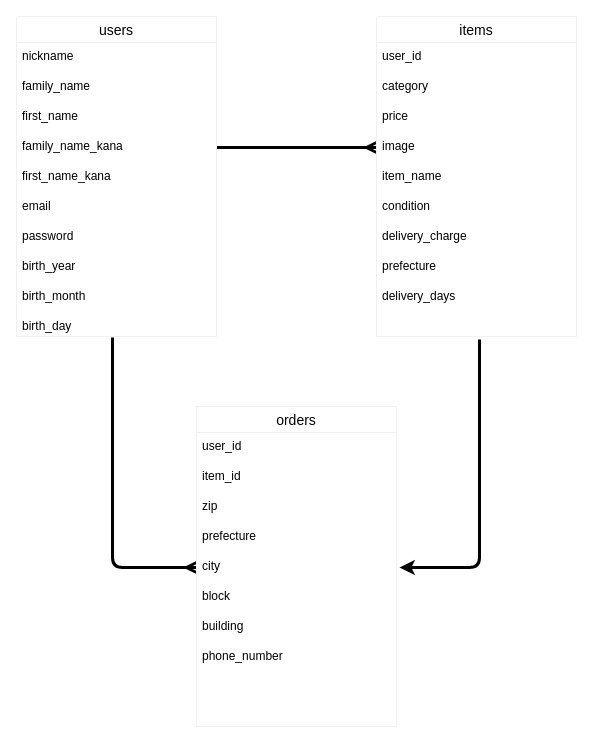
Earlier version of the draw.io diagram er..dio (yuta-git/furima-32043). Source tidied: cells renumbered, new cells numbered last; positions are measured from the earlier drawing's top-left corner, leaving out a move shared by most shapes. Both pictures are drawn from the tidied source at 100%, with x=0, y=0 at pixel (16, 16).
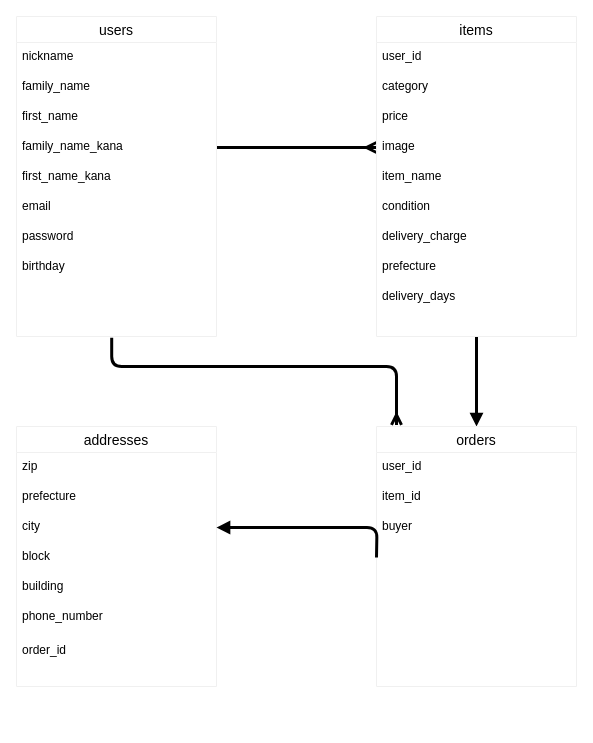
The same diagram, later.

Commit message (it also covers changes not shown here):
データベース設計の修正

Unchanged cells that the change refers to:
```xml
<mxCell id="5" value="users" style="swimlane;fontStyle=0;horizontal=1;startSize=26;align=center;fontSize=14;rounded=0;sketch=0;strokeColor=#f0f0f0;" parent="1" vertex="1">
  <mxGeometry width="200" height="320" as="geometry" />
</mxCell>
<mxCell id="16" value="items" style="swimlane;fontStyle=0;horizontal=1;startSize=26;align=center;fontSize=14;rounded=0;sketch=0;strokeColor=#f0f0f0;" parent="1" vertex="1">
  <mxGeometry x="360" width="200" height="320" as="geometry" />
</mxCell>
<mxCell id="25" value="delivery_days" style="text;strokeColor=none;fillColor=none;spacingLeft=4;spacingRight=4;overflow=hidden;points=[[0,0.5],[1,0.5]];portConstraint=eastwest;fontSize=12;" parent="16" vertex="1">
  <mxGeometry y="266" width="200" height="54" as="geometry" />
</mxCell>
```

The edit, as a diff of the source:
```diff
@@
-    <mxCell id="3" style="edgeStyle=orthogonalEdgeStyle;curved=0;rounded=1;sketch=0;jettySize=auto;html=1;exitX=0.48;exitY=1.042;exitDx=0;exitDy=0;entryX=0;entryY=0.5;entryDx=0;entryDy=0;startArrow=none;startFill=0;targetPerimeterSpacing=3;strokeWidth=3;endArrow=ERmany;endFill=0;exitPerimeter=0;" parent="1" edge="1" source="15" target="31">
-      <mxGeometry relative="1" as="geometry" />
-    </mxCell>
-    <mxCell id="4" style="edgeStyle=orthogonalEdgeStyle;curved=0;rounded=1;sketch=0;jettySize=auto;html=1;exitX=0.515;exitY=1.056;exitDx=0;exitDy=0;startArrow=none;startFill=0;targetPerimeterSpacing=3;strokeWidth=3;exitPerimeter=0;" parent="1" edge="1" source="25" target="31">
-      <mxGeometry relative="1" as="geometry">
-        <Array as="points">
-          <mxPoint x="463" y="551" />
-        </Array>
-      </mxGeometry>
-    </mxCell>
+    <mxCell id="35" style="edgeStyle=orthogonalEdgeStyle;curved=0;rounded=1;sketch=0;jettySize=auto;html=1;exitX=0.476;exitY=1.014;exitDx=0;exitDy=0;entryX=0.1;entryY=-0.006;entryDx=0;entryDy=0;entryPerimeter=0;startArrow=none;startFill=0;endArrow=ERmany;endFill=0;targetPerimeterSpacing=3;strokeWidth=3;fontSize=14;exitPerimeter=0;" parent="1" edge="1" source="13" target="26">
+      <mxGeometry relative="1" as="geometry">
+        <Array as="points">
+          <mxPoint x="95" y="350" />
+          <mxPoint x="380" y="350" />
+        </Array>
+      </mxGeometry>
+    </mxCell>
@@
-    <mxCell id="13" value="birth_year" style="text;strokeColor=none;fillColor=none;spacingLeft=4;spacingRight=4;overflow=hidden;points=[[0,0.5],[1,0.5]];portConstraint=eastwest;fontSize=12;" parent="5" vertex="1">
-      <mxGeometry y="236" width="200" height="30" as="geometry" />
+    <mxCell id="13" value="birthday" style="text;strokeColor=none;fillColor=none;spacingLeft=4;spacingRight=4;overflow=hidden;points=[[0,0.5],[1,0.5]];portConstraint=eastwest;fontSize=12;" parent="5" vertex="1">
+      <mxGeometry y="236" width="200" height="84" as="geometry" />
     </mxCell>
-    <mxCell id="14" value="birth_month" style="text;strokeColor=none;fillColor=none;spacingLeft=4;spacingRight=4;overflow=hidden;fontSize=12;" parent="5" vertex="1">
-      <mxGeometry y="266" width="200" height="30" as="geometry" />
-    </mxCell>
-    <mxCell id="15" value="birth_day" style="text;strokeColor=none;fillColor=none;spacingLeft=4;spacingRight=4;overflow=hidden;points=[[0,0.5],[1,0.5]];portConstraint=eastwest;fontSize=12;" parent="5" vertex="1">
-      <mxGeometry y="296" width="200" height="24" as="geometry" />
-    </mxCell>
+    <mxCell id="36" style="edgeStyle=orthogonalEdgeStyle;curved=0;rounded=1;sketch=0;jettySize=auto;html=1;exitX=0.5;exitY=1;exitDx=0;exitDy=0;entryX=0.5;entryY=0;entryDx=0;entryDy=0;startArrow=none;startFill=0;endArrow=block;endFill=1;targetPerimeterSpacing=3;strokeWidth=3;fontSize=14;" parent="1" edge="1" source="16" target="26">
+      <mxGeometry relative="1" as="geometry" />
+    </mxCell>
@@
     <mxCell id="26" value="orders" style="swimlane;fontStyle=0;horizontal=1;startSize=26;align=center;fontSize=14;rounded=0;sketch=0;strokeColor=#f0f0f0;" parent="1" vertex="1">
-      <mxGeometry x="180" y="390" width="200" height="320" as="geometry" />
+      <mxGeometry x="360" y="410" width="200" height="260" as="geometry" />
     </mxCell>
@@
-    <mxCell id="29" value="zip" style="text;strokeColor=none;fillColor=none;spacingLeft=4;spacingRight=4;overflow=hidden;fontSize=12;" parent="26" vertex="1">
-      <mxGeometry y="86" width="200" height="30" as="geometry" />
+    <mxCell id="29" value="buyer" style="text;strokeColor=none;fillColor=none;spacingLeft=4;spacingRight=4;overflow=hidden;fontSize=12;" parent="26" vertex="1">
+      <mxGeometry y="86" width="200" height="174" as="geometry" />
     </mxCell>
+    <mxCell id="37" value="addresses" style="swimlane;fontStyle=0;horizontal=1;startSize=26;align=center;fontSize=14;rounded=0;sketch=0;strokeColor=#f0f0f0;" parent="1" vertex="1">
+      <mxGeometry y="410" width="200" height="260" as="geometry" />
+    </mxCell>
+    <mxCell id="38" value="zip" style="text;strokeColor=none;fillColor=none;spacingLeft=4;spacingRight=4;overflow=hidden;fontSize=12;" parent="37" vertex="1">
+      <mxGeometry y="26" width="200" height="30" as="geometry" />
+    </mxCell>
-    <mxCell id="30" value="prefecture" style="text;strokeColor=none;fillColor=none;spacingLeft=4;spacingRight=4;overflow=hidden;fontSize=12;" parent="26" vertex="1">
-      <mxGeometry y="116" width="200" height="30" as="geometry" />
+    <mxCell id="30" value="prefecture" style="text;strokeColor=none;fillColor=none;spacingLeft=4;spacingRight=4;overflow=hidden;fontSize=12;" parent="37" vertex="1">
+      <mxGeometry y="56" width="200" height="30" as="geometry" />
     </mxCell>
-    <mxCell id="31" value="city" style="text;strokeColor=none;fillColor=none;spacingLeft=4;spacingRight=4;overflow=hidden;points=[[0,0.5],[1,0.5]];portConstraint=eastwest;fontSize=12;" parent="26" vertex="1">
-      <mxGeometry y="146" width="200" height="30" as="geometry" />
+    <mxCell id="31" value="city" style="text;strokeColor=none;fillColor=none;spacingLeft=4;spacingRight=4;overflow=hidden;points=[[0,0.5],[1,0.5]];portConstraint=eastwest;fontSize=12;" parent="37" vertex="1">
+      <mxGeometry y="86" width="200" height="30" as="geometry" />
     </mxCell>
-    <mxCell id="32" value="block" style="text;strokeColor=none;fillColor=none;spacingLeft=4;spacingRight=4;overflow=hidden;fontSize=12;" parent="26" vertex="1">
-      <mxGeometry y="176" width="200" height="30" as="geometry" />
+    <mxCell id="32" value="block" style="text;strokeColor=none;fillColor=none;spacingLeft=4;spacingRight=4;overflow=hidden;fontSize=12;" parent="37" vertex="1">
+      <mxGeometry y="116" width="200" height="30" as="geometry" />
     </mxCell>
-    <mxCell id="33" value="building" style="text;strokeColor=none;fillColor=none;spacingLeft=4;spacingRight=4;overflow=hidden;fontSize=12;" parent="26" vertex="1">
-      <mxGeometry y="206" width="200" height="30" as="geometry" />
+    <mxCell id="33" value="building" style="text;strokeColor=none;fillColor=none;spacingLeft=4;spacingRight=4;overflow=hidden;fontSize=12;" parent="37" vertex="1">
+      <mxGeometry y="146" width="200" height="30" as="geometry" />
     </mxCell>
-    <mxCell id="34" value="phone_number&#10;&#10;&#10;&#10;" style="text;strokeColor=none;fillColor=none;spacingLeft=4;spacingRight=4;overflow=hidden;fontSize=12;" parent="26" vertex="1">
-      <mxGeometry y="236" width="200" height="84" as="geometry" />
+    <mxCell id="34" value="phone_number&#10;&#10;&#10;&#10;" style="text;strokeColor=none;fillColor=none;spacingLeft=4;spacingRight=4;overflow=hidden;fontSize=12;" parent="37" vertex="1">
+      <mxGeometry y="176" width="200" height="34" as="geometry" />
     </mxCell>
+    <mxCell id="39" value="order_id" style="text;strokeColor=none;fillColor=none;spacingLeft=4;spacingRight=4;overflow=hidden;fontSize=12;" parent="37" vertex="1">
+      <mxGeometry y="210" width="200" height="50" as="geometry" />
+    </mxCell>
+    <mxCell id="40" style="edgeStyle=orthogonalEdgeStyle;curved=0;rounded=1;sketch=0;jettySize=auto;html=1;exitX=0;exitY=0.5;exitDx=0;exitDy=0;entryX=1;entryY=0.5;entryDx=0;entryDy=0;startArrow=none;startFill=0;endArrow=block;endFill=1;targetPerimeterSpacing=3;strokeWidth=3;fontSize=14;" parent="1" edge="1" target="31">
+      <mxGeometry relative="1" as="geometry">
+        <mxPoint x="360" y="541" as="sourcePoint" />
+      </mxGeometry>
+    </mxCell>
```
